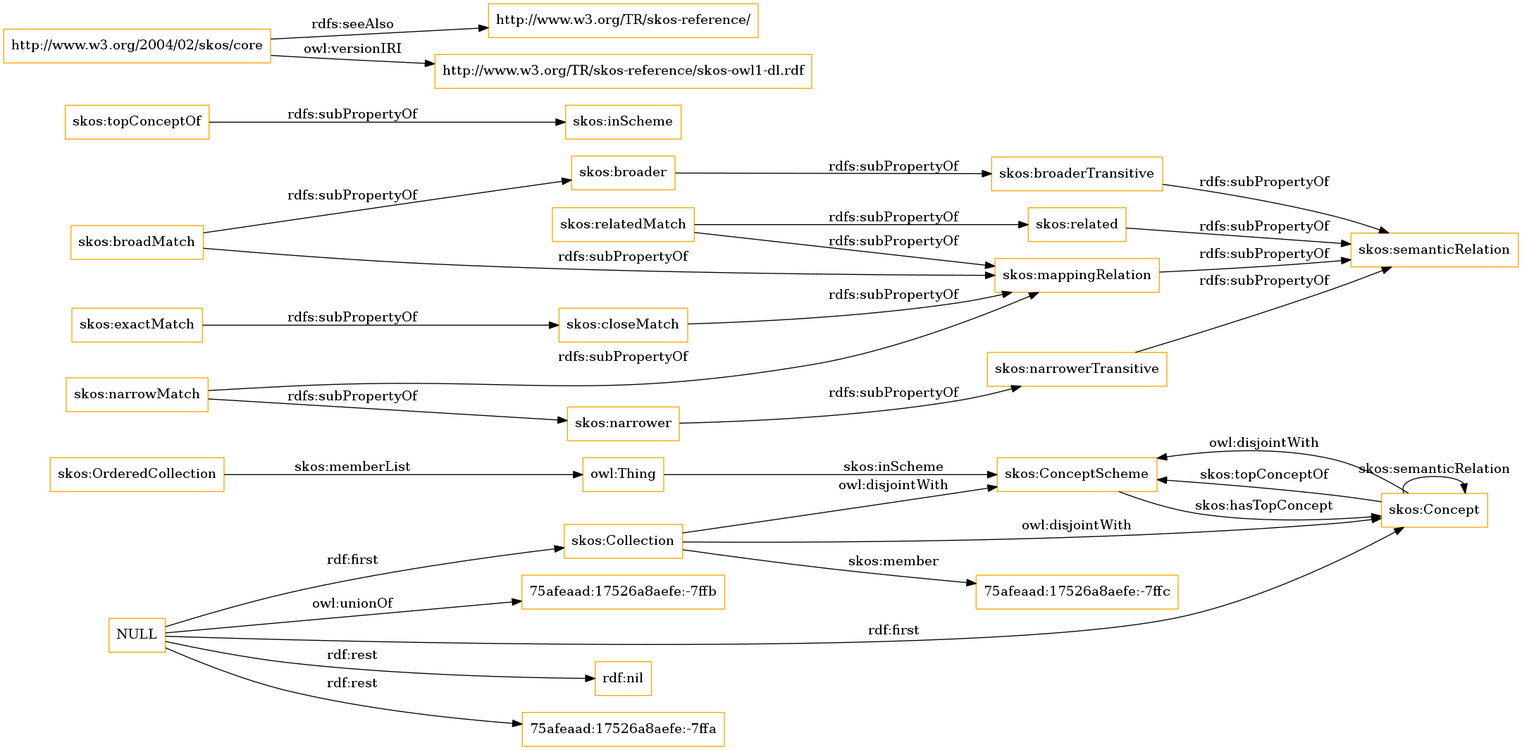
The Graphviz diagram OnToology/imports/skos.owl/diagrams/ar2dtool-class/skos.owl.png in OnToologyUser/core-ontology-1, before a commit. Its source is kept beside it as OnToology/imports/skos.owl/diagrams/ar2dtool-class/skos.owl.png.dot.
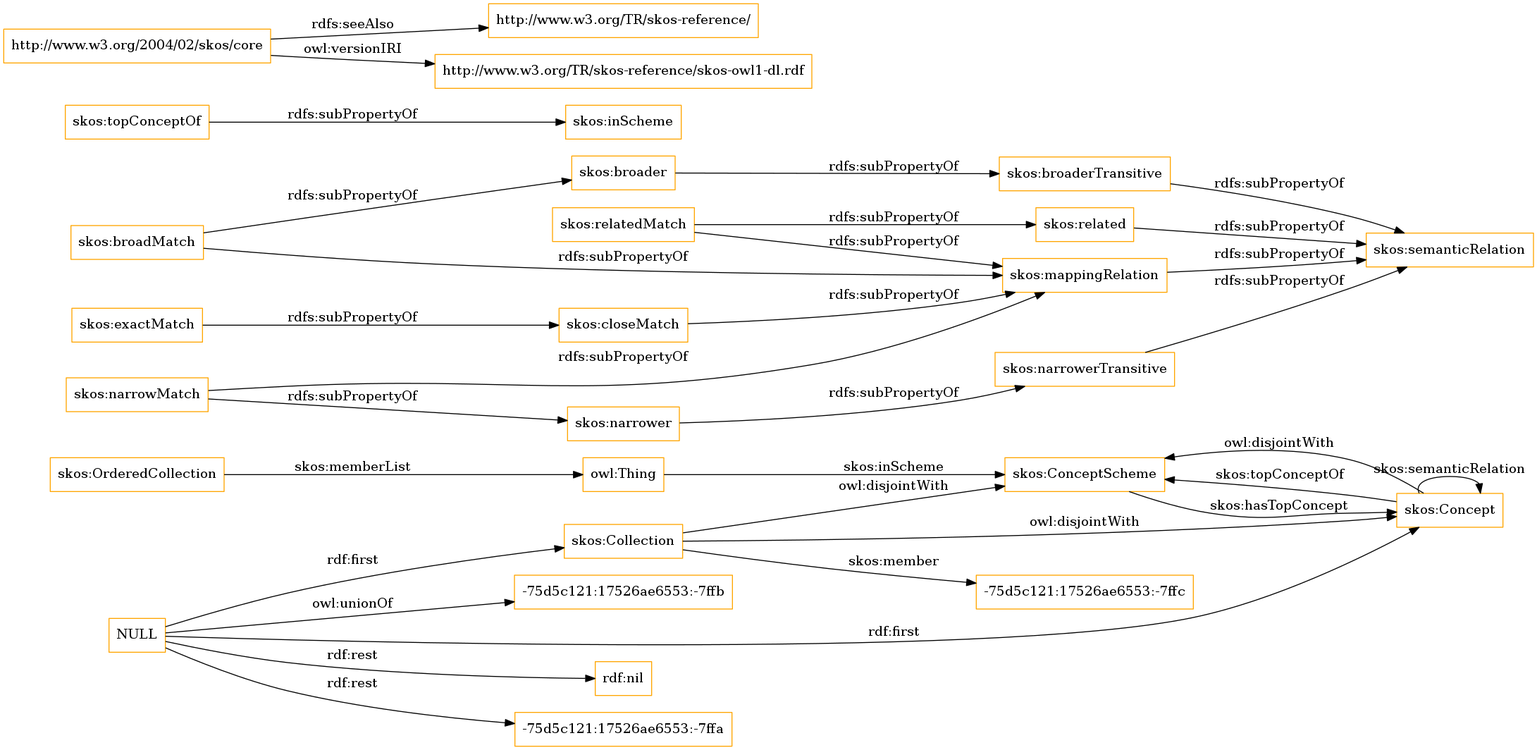
The same diagram one commit later.

What changed in the source:
```diff
@@ -1,13 +1,13 @@
 digraph ar2dtool_diagram {
 rankdir=LR;
 size="1501"
-node [shape = rectangle, color="orange"]; "skos:OrderedCollection" "skos:ConceptScheme" "skos:Concept" "skos:Collection" "75afeaad:17526a8aefe:-7ffc" ; /*classes style*/
+node [shape = rectangle, color="orange"]; "skos:OrderedCollection" "skos:ConceptScheme" "skos:Concept" "skos:Collection" "-75d5c121:17526ae6553:-7ffc" ; /*classes style*/
 	"skos:narrowerTransitive" -> "skos:semanticRelation" [ label = "rdfs:subPropertyOf" ];
 	"NULL" -> "rdf:nil" [ label = "rdf:rest" ];
 	"NULL" -> "skos:Concept" [ label = "rdf:first" ];
-	"NULL" -> "75afeaad:17526a8aefe:-7ffa" [ label = "rdf:rest" ];
+	"NULL" -> "-75d5c121:17526ae6553:-7ffa" [ label = "rdf:rest" ];
 	"NULL" -> "skos:Collection" [ label = "rdf:first" ];
-	"NULL" -> "75afeaad:17526a8aefe:-7ffb" [ label = "owl:unionOf" ];
+	"NULL" -> "-75d5c121:17526ae6553:-7ffb" [ label = "owl:unionOf" ];
 	"skos:closeMatch" -> "skos:mappingRelation" [ label = "rdfs:subPropertyOf" ];
 	"skos:Concept" -> "skos:ConceptScheme" [ label = "owl:disjointWith" ];
 	"skos:relatedMatch" -> "skos:related" [ label = "rdfs:subPropertyOf" ];
@@ -30,7 +30,7 @@
 	"skos:OrderedCollection" -> "owl:Thing" [ label = "skos:memberList" ];
 	"skos:Concept" -> "skos:ConceptScheme" [ label = "skos:topConceptOf" ];
 	"skos:Concept" -> "skos:Concept" [ label = "skos:semanticRelation" ];
-	"skos:Collection" -> "75afeaad:17526a8aefe:-7ffc" [ label = "skos:member" ];
+	"skos:Collection" -> "-75d5c121:17526ae6553:-7ffc" [ label = "skos:member" ];
 	"skos:ConceptScheme" -> "skos:Concept" [ label = "skos:hasTopConcept" ];
 	"owl:Thing" -> "skos:ConceptScheme" [ label = "skos:inScheme" ];
 
```
